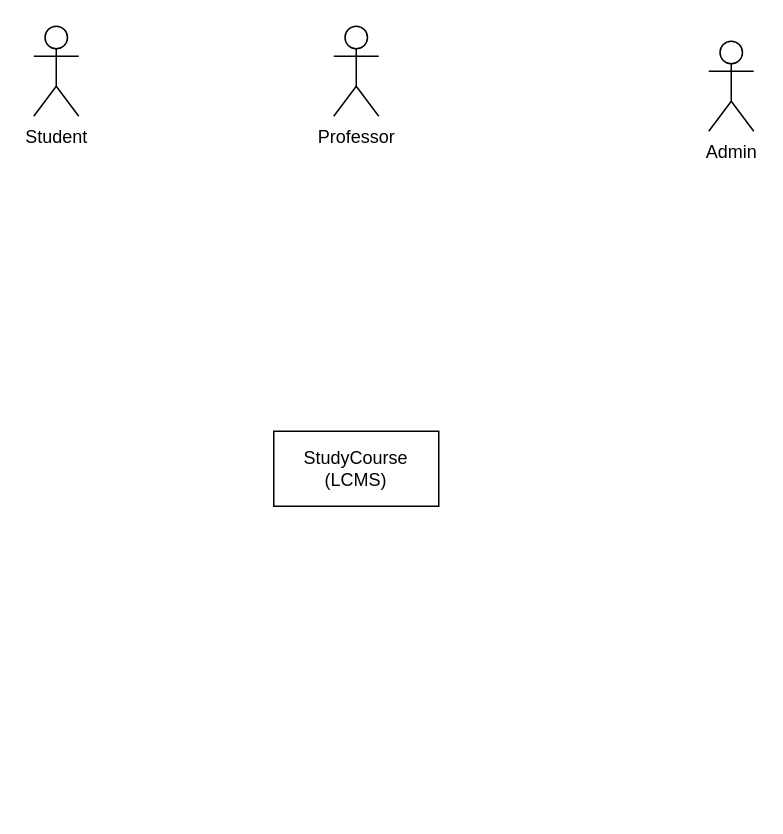
Earlier version of the draw.io diagram Business_context_lcms.drawio (MarkTkachov/lcms_diagrams). Source tidied: cells renumbered, new cells numbered last; positions are measured from the earlier drawing's top-left corner, leaving out a move shared by most shapes. Both pictures are drawn from the tidied source at 150%, with x=0, y=0 at pixel (33, 26).
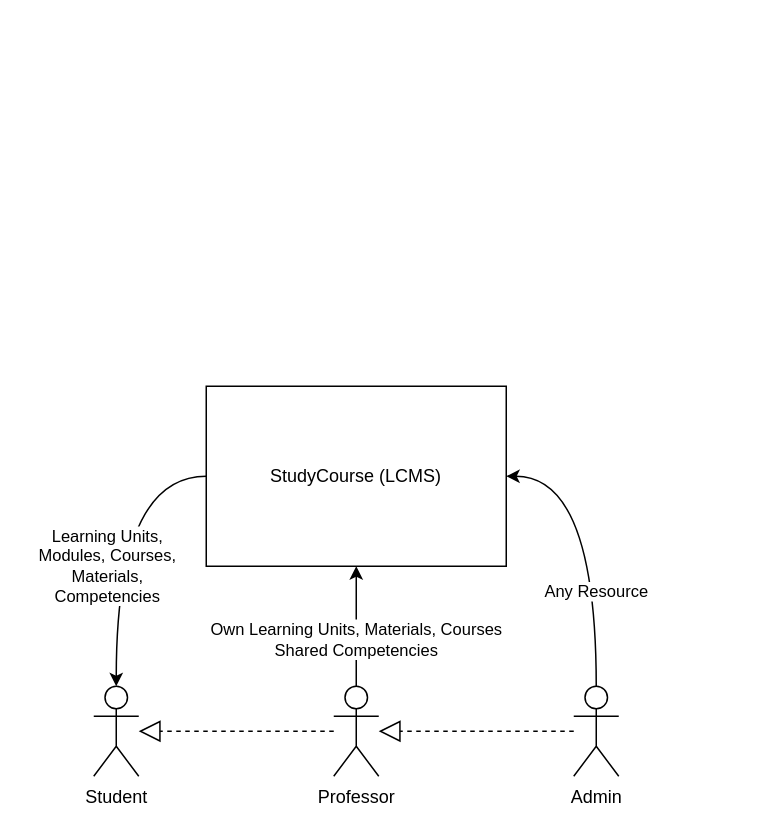
The same page after the edit.

What changed in the source:
```diff
@@
 <mxGraphModel>
   <root>
     <mxCell id="0" />
     <mxCell id="1" parent="0" />
     <mxCell id="2" value="Student" style="shape=umlActor;verticalLabelPosition=bottom;verticalAlign=top;html=1;" parent="1" vertex="1">
-      <mxGeometry width="30" height="60" as="geometry" />
+      <mxGeometry x="40" y="440" width="30" height="60" as="geometry" />
     </mxCell>
+    <mxCell id="6" style="edgeStyle=orthogonalEdgeStyle;rounded=0;jettySize=auto;html=1;curved=1;" parent="1" edge="1" source="3" target="5">
+      <mxGeometry relative="1" as="geometry" />
+    </mxCell>
+    <mxCell id="7" value="&lt;div&gt;Own Learning Units, Materials, Courses&lt;br&gt;&lt;/div&gt;&lt;div&gt;Shared Competencies&lt;br&gt;&lt;/div&gt;" style="edgeLabel;html=1;align=center;verticalAlign=middle;" parent="6" vertex="1">
+      <mxGeometry x="-0.19" y="1" relative="1" as="geometry" />
+    </mxCell>
     <mxCell id="3" value="Professor" style="shape=umlActor;verticalLabelPosition=bottom;verticalAlign=top;html=1;" parent="1" vertex="1">
-      <mxGeometry x="200" width="30" height="60" as="geometry" />
+      <mxGeometry x="200" y="440" width="30" height="60" as="geometry" />
     </mxCell>
+    <mxCell id="8" style="edgeStyle=orthogonalEdgeStyle;rounded=0;jettySize=auto;html=1;entryX=1;entryY=0.5;entryDx=0;entryDy=0;curved=1;" parent="1" edge="1" source="4" target="5">
+      <mxGeometry relative="1" as="geometry">
+        <Array as="points">
+          <mxPoint x="375" y="300" />
+        </Array>
+      </mxGeometry>
+    </mxCell>
+    <mxCell id="9" value="Any Resource" style="edgeLabel;html=1;align=center;verticalAlign=middle;" parent="8" vertex="1">
+      <mxGeometry x="-0.36" y="1" relative="1" as="geometry" />
+    </mxCell>
     <mxCell id="4" value="Admin" style="shape=umlActor;verticalLabelPosition=bottom;verticalAlign=top;html=1;" parent="1" vertex="1">
-      <mxGeometry x="450" y="10" width="30" height="60" as="geometry" />
+      <mxGeometry x="360" y="440" width="30" height="60" as="geometry" />
     </mxCell>
+    <mxCell id="10" style="edgeStyle=orthogonalEdgeStyle;rounded=0;jettySize=auto;html=1;curved=1;" parent="1" edge="1" source="5" target="2">
+      <mxGeometry relative="1" as="geometry" />
+    </mxCell>
+    <mxCell id="11" value="&lt;div&gt;Learning Units,&lt;/div&gt;&lt;div&gt;Modules, Courses,&lt;br&gt;&lt;/div&gt;&lt;div&gt;Materials,&lt;/div&gt;&lt;div&gt;Competencies&lt;br&gt;&lt;/div&gt;" style="edgeLabel;html=1;align=center;verticalAlign=middle;" parent="10" vertex="1">
+      <mxGeometry x="0.19" y="-7" relative="1" as="geometry" />
+    </mxCell>
     <mxCell id="5" value="StudyCourse (LCMS)" style="html=1;whiteSpace=wrap;" parent="1" vertex="1">
-      <mxGeometry x="160" y="270" width="110" height="50" as="geometry" />
+      <mxGeometry x="115" y="240" width="200" height="120" as="geometry" />
     </mxCell>
+    <mxCell id="12" style="endArrow=block;dashed=1;endFill=0;endSize=12;html=1;rounded=0;" parent="1" edge="1" source="4" target="3">
+      <mxGeometry relative="1" as="geometry" />
+    </mxCell>
+    <mxCell id="13" style="endArrow=block;dashed=1;endFill=0;endSize=12;html=1;rounded=0;" parent="1" edge="1" source="3" target="2">
+      <mxGeometry relative="1" as="geometry" />
+    </mxCell>
   </root>
 </mxGraphModel>
```
